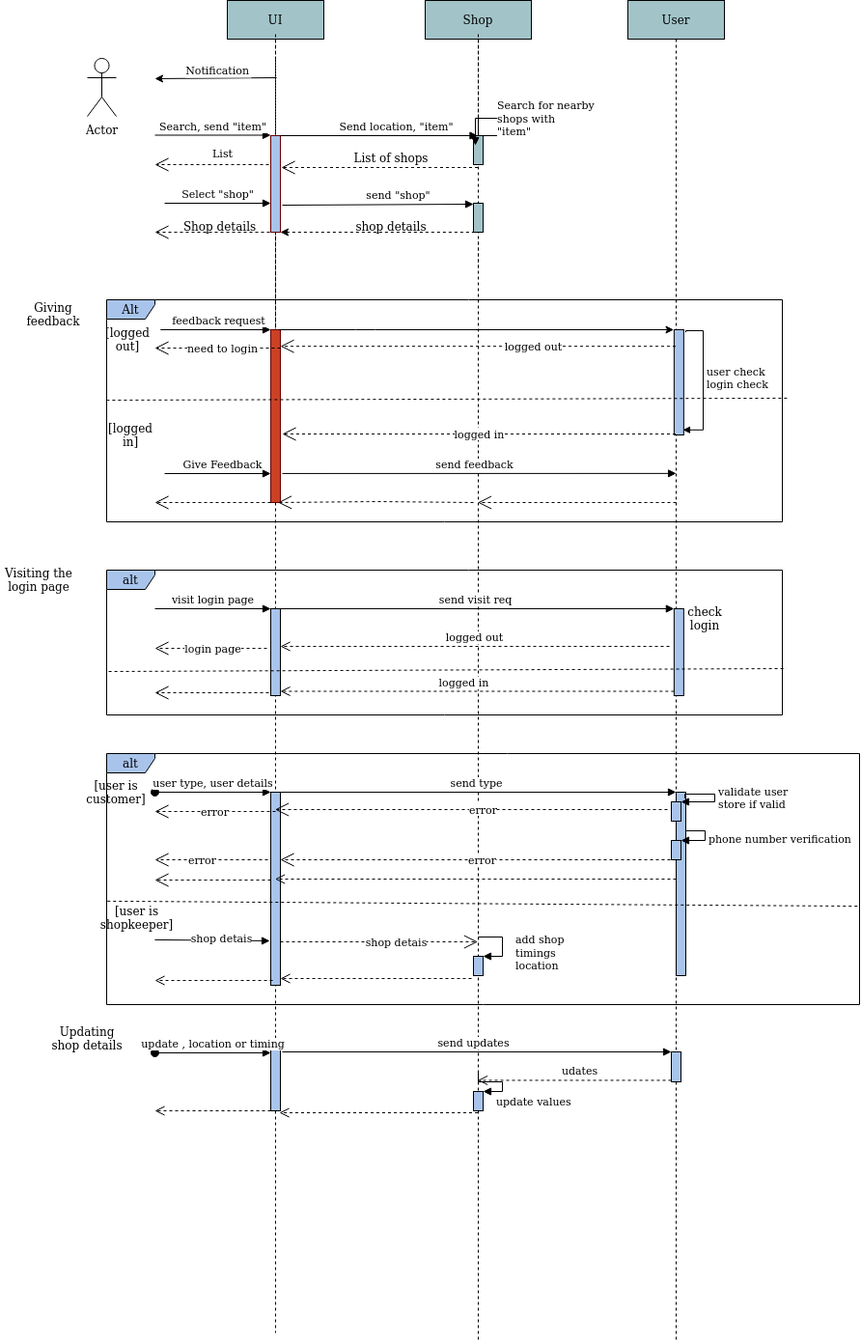
Before: sequence_diagram.png, a diagram exported from draw.io (abhishek0508/bare-necessities). Source tidied: cells renumbered, new cells last; positions are measured from the earlier drawing's top-left corner, leaving out a move shared by most shapes.
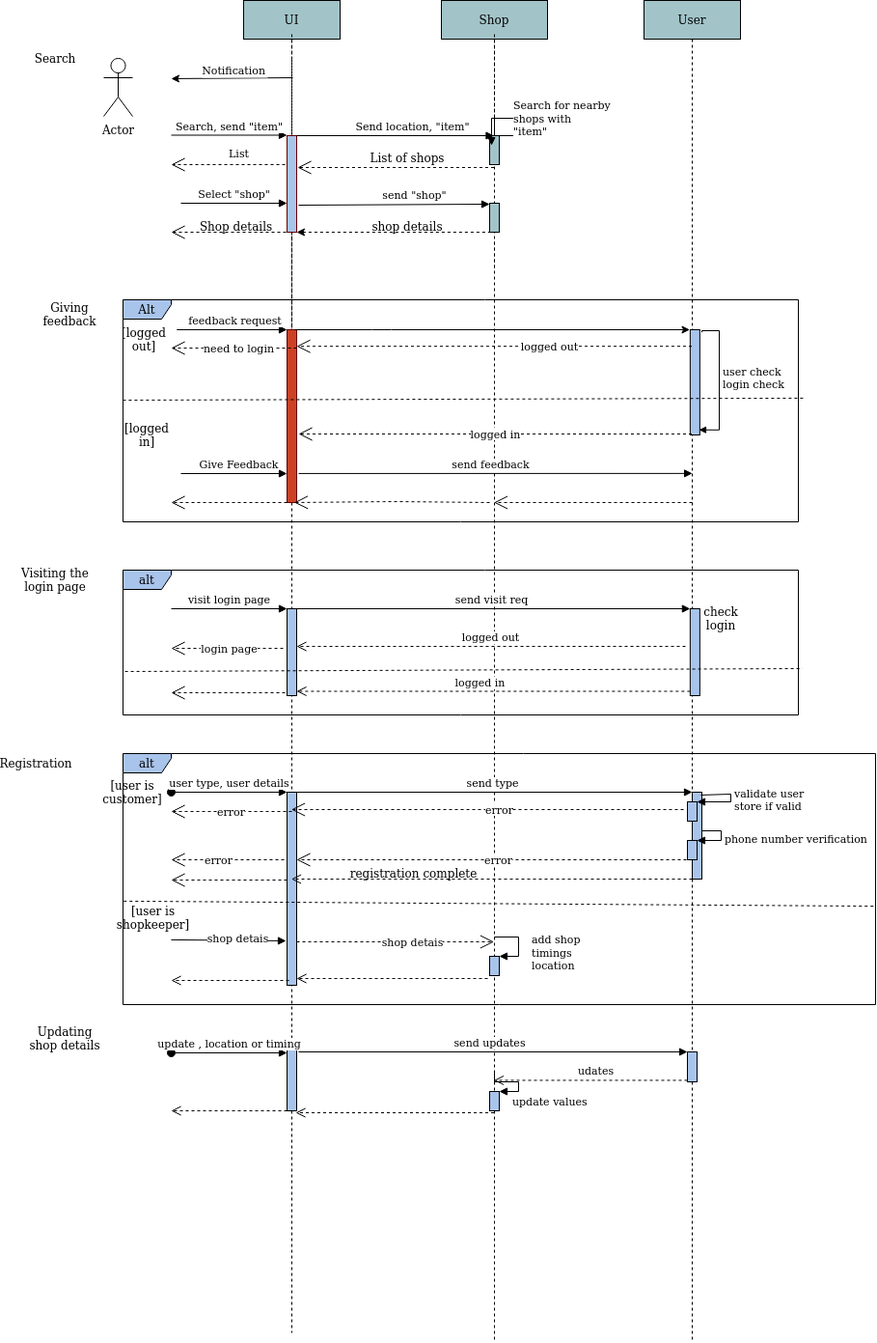
The same file after the commit.

What changed in the source:
```diff
@@ -9,7 +9,7 @@
       <mxGeometry x="110" y="310" width="700" height="230" as="geometry" />
     </mxCell>
     <mxCell id="4" style="html=1;points=[];perimeter=orthogonalPerimeter;fillColor=#A9C4EB;" parent="1" vertex="1">
-      <mxGeometry x="700" y="820" width="10" height="190" as="geometry" />
+      <mxGeometry x="700" y="820" width="10" height="90" as="geometry" />
     </mxCell>
     <mxCell id="5" value="Shop" style="shape=umlLifeline;perimeter=lifelinePerimeter;whiteSpace=wrap;html=1;outlineConnect=0;fillColor=#A2C4C9;" parent="1" vertex="1">
       <mxGeometry x="440" width="110" height="1390" as="geometry" />
@@ -344,6 +344,11 @@
         <mxPoint x="160" y="911" as="targetPoint" />
       </mxGeometry>
     </mxCell>
+    <mxCell id="92" value="registration complete" style="text;html=1;align=center;verticalAlign=middle;" parent="72" vertex="1">
+      <mxGeometry x="-0.37" y="4" relative="1" as="geometry">
+        <mxPoint x="168" y="-12" as="offset" />
+      </mxGeometry>
+    </mxCell>
     <mxCell id="73" value="shop detais" style="html=1;verticalAlign=bottom;endArrow=block;entryX=-0.1;entryY=0.77;entryDx=0;entryDy=0;entryPerimeter=0;exitX=0.064;exitY=0.742;exitDx=0;exitDy=0;exitPerimeter=0;" parent="1" edge="1" source="2" target="20">
       <mxGeometry x="0.17" y="-7" relative="1" as="geometry" />
     </mxCell>
@@ -391,7 +396,7 @@
       <mxGeometry x="10" y="300" width="90" height="50" as="geometry" />
     </mxCell>
     <mxCell id="86" value="Updating shop details " style="text;html=1;strokeColor=none;fillColor=none;align=center;verticalAlign=middle;whiteSpace=wrap;rounded=0;" parent="1" vertex="1">
-      <mxGeometry x="50" y="1050" width="80" height="50" as="geometry" />
+      <mxGeometry x="10" y="1050" width="80" height="50" as="geometry" />
     </mxCell>
     <mxCell id="87" style="endArrow=none;dashed=1;html=1;exitX=0.001;exitY=0.588;exitDx=0;exitDy=0;exitPerimeter=0;entryX=0.999;entryY=0.608;entryDx=0;entryDy=0;entryPerimeter=0;" parent="1" edge="1" source="2" target="2">
       <mxGeometry relative="1" as="geometry" />
@@ -410,5 +415,11 @@
         <mxPoint x="160" y="1015" as="targetPoint" />
       </mxGeometry>
     </mxCell>
+    <mxCell id="93" value="Search" style="text;html=1;strokeColor=none;fillColor=none;align=center;verticalAlign=middle;whiteSpace=wrap;rounded=0;" parent="1" vertex="1">
+      <mxGeometry x="20" y="50" width="40" height="20" as="geometry" />
+    </mxCell>
+    <mxCell id="94" value="Registration" style="text;html=1;strokeColor=none;fillColor=none;align=center;verticalAlign=middle;whiteSpace=wrap;rounded=0;" parent="1" vertex="1">
+      <mxGeometry y="780" width="40" height="20" as="geometry" />
+    </mxCell>
   </root>
 </mxGraphModel>
```
